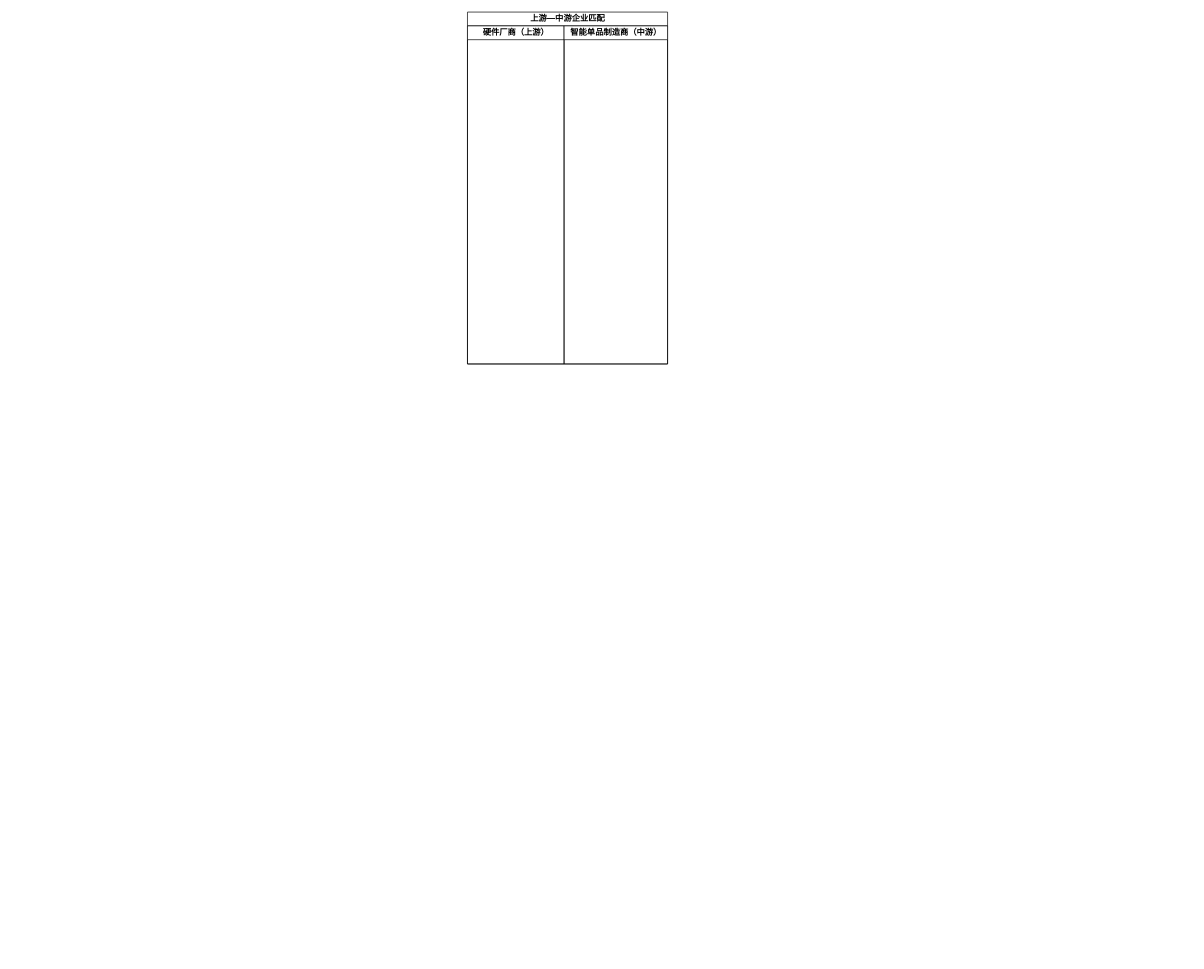
Earlier version of the draw.io diagram 毕设活动图.drawio (2919282119/charts). Source tidied: cells renumbered, new cells numbered last; positions are measured from the earlier drawing's top-left corner, leaving out a move shared by most shapes. Both pictures are drawn from the tidied source at 69%, with x=0, y=0 at pixel (467, 12).
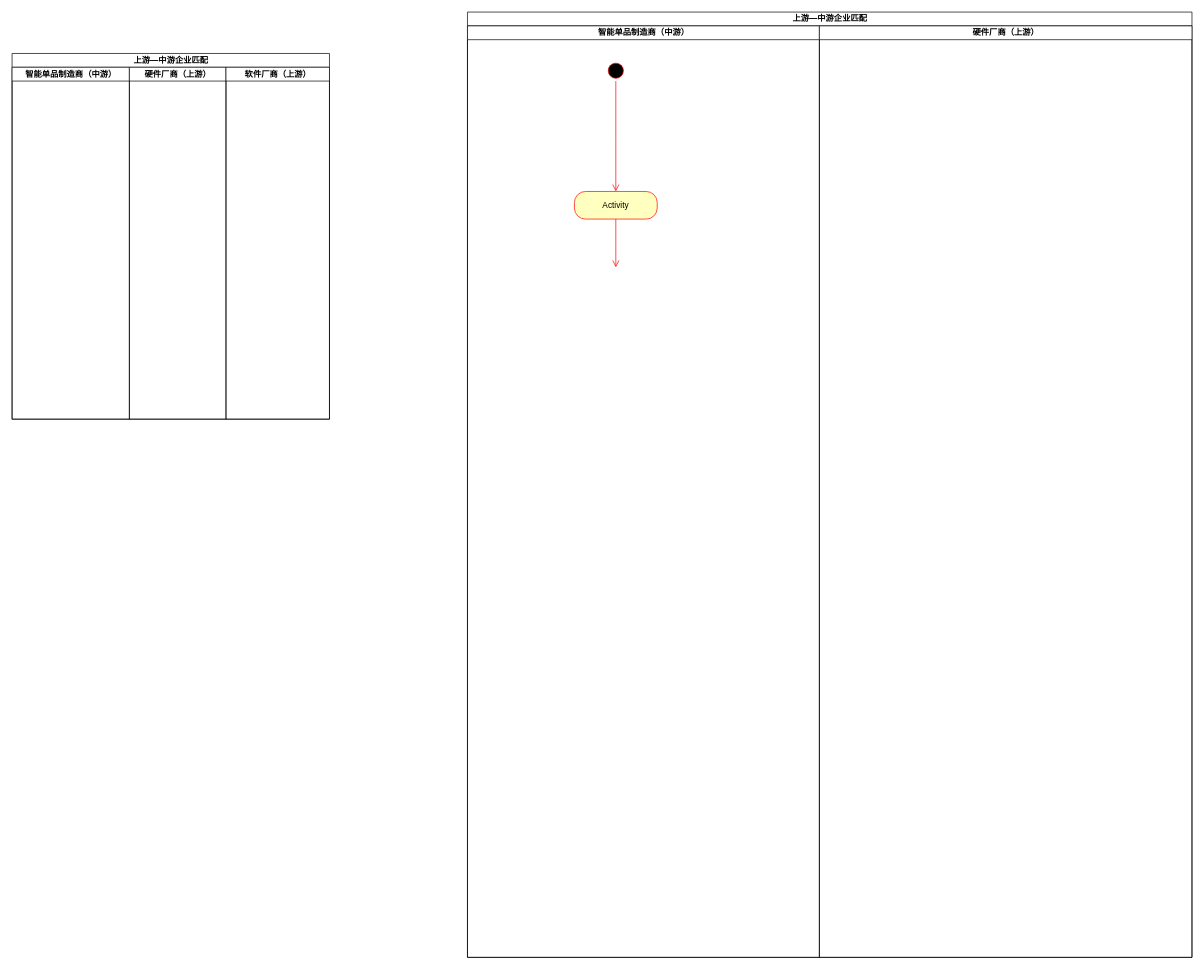
Above is the later version.

Commit message (it also covers changes not shown here):
更新毕设活动图.drawio

The edit, as a diff of the source:
```diff
@@
 <mxGraphModel>
   <root>
     <mxCell id="0" />
     <mxCell id="1" parent="0" />
     <mxCell id="2" value="上游—中游企业匹配" style="swimlane;startSize=20;html=1;" parent="1" vertex="1">
-      <mxGeometry width="290" height="510" as="geometry" />
+      <mxGeometry width="1050" height="1370" as="geometry" />
     </mxCell>
-    <mxCell id="3" value="硬件厂商（上游）" style="swimlane;startSize=20;html=1;" parent="2" vertex="1">
-      <mxGeometry y="20" width="140" height="490" as="geometry" />
+    <mxCell id="3" value="智能单品制造商（中游）" style="swimlane;startSize=20;html=1;" parent="2" vertex="1">
+      <mxGeometry y="20" width="510" height="1350" as="geometry" />
     </mxCell>
+    <mxCell id="5" style="ellipse;html=1;shape=startState;fillColor=#000000;strokeColor=#ff0000;" parent="3" vertex="1">
+      <mxGeometry x="200" y="50" width="30" height="30" as="geometry" />
+    </mxCell>
+    <mxCell id="6" style="edgeStyle=orthogonalEdgeStyle;html=1;verticalAlign=bottom;endArrow=open;endSize=8;strokeColor=#ff0000;rounded=0;" parent="3" edge="1" source="5">
+      <mxGeometry relative="1" as="geometry">
+        <mxPoint x="215" y="240" as="targetPoint" />
+      </mxGeometry>
+    </mxCell>
+    <mxCell id="7" value="Activity" style="rounded=1;whiteSpace=wrap;html=1;arcSize=40;fontColor=#000000;fillColor=#ffffc0;strokeColor=#ff0000;" parent="3" vertex="1">
+      <mxGeometry x="155" y="240" width="120" height="40" as="geometry" />
+    </mxCell>
+    <mxCell id="8" style="edgeStyle=orthogonalEdgeStyle;html=1;verticalAlign=bottom;endArrow=open;endSize=8;strokeColor=#ff0000;rounded=0;" parent="3" edge="1" source="7">
+      <mxGeometry relative="1" as="geometry">
+        <mxPoint x="215" y="350" as="targetPoint" />
+      </mxGeometry>
+    </mxCell>
-    <mxCell id="4" value="智能单品制造商（中游）" style="swimlane;startSize=20;html=1;" parent="2" vertex="1">
-      <mxGeometry x="140" y="20" width="150" height="490" as="geometry" />
+    <mxCell id="4" value="硬件厂商（上游）" style="swimlane;startSize=20;html=1;" parent="2" vertex="1">
+      <mxGeometry x="510" y="20" width="540" height="1350" as="geometry" />
     </mxCell>
+    <mxCell id="9" value="上游—中游企业匹配" style="swimlane;startSize=20;html=1;" parent="1" vertex="1">
+      <mxGeometry x="-660" y="60" width="460" height="530" as="geometry" />
+    </mxCell>
+    <mxCell id="10" value="智能单品制造商（中游）" style="swimlane;startSize=20;html=1;" parent="9" vertex="1">
+      <mxGeometry y="20" width="170" height="510" as="geometry" />
+    </mxCell>
+    <mxCell id="11" value="硬件厂商（上游）" style="swimlane;startSize=20;html=1;" parent="9" vertex="1">
+      <mxGeometry x="170" y="20" width="140" height="510" as="geometry" />
+    </mxCell>
+    <mxCell id="12" value="软件厂商（上游）" style="swimlane;startSize=20;html=1;" parent="9" vertex="1">
+      <mxGeometry x="310" y="20" width="150" height="510" as="geometry" />
+    </mxCell>
   </root>
 </mxGraphModel>
```
